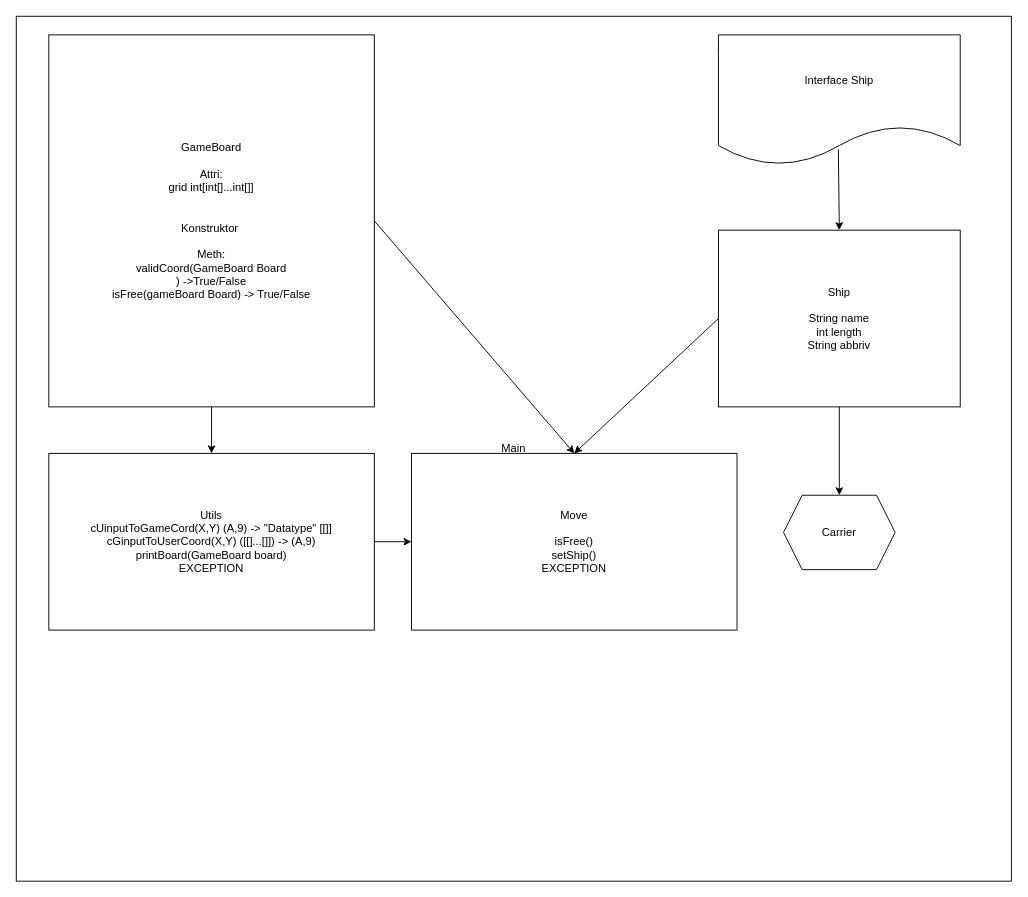
Before: SoftCon2020_Assignment_2/ClassdiagramBattleship.drawio in HuberNicolas/swc-group38, a draw.io diagram. Source tidied: cells renumbered, new cells numbered last; positions are measured from the earlier drawing's top-left corner, leaving out a move shared by most shapes. Both pictures are drawn from the tidied source at 93%, with x=0, y=0 at pixel (16, 16).
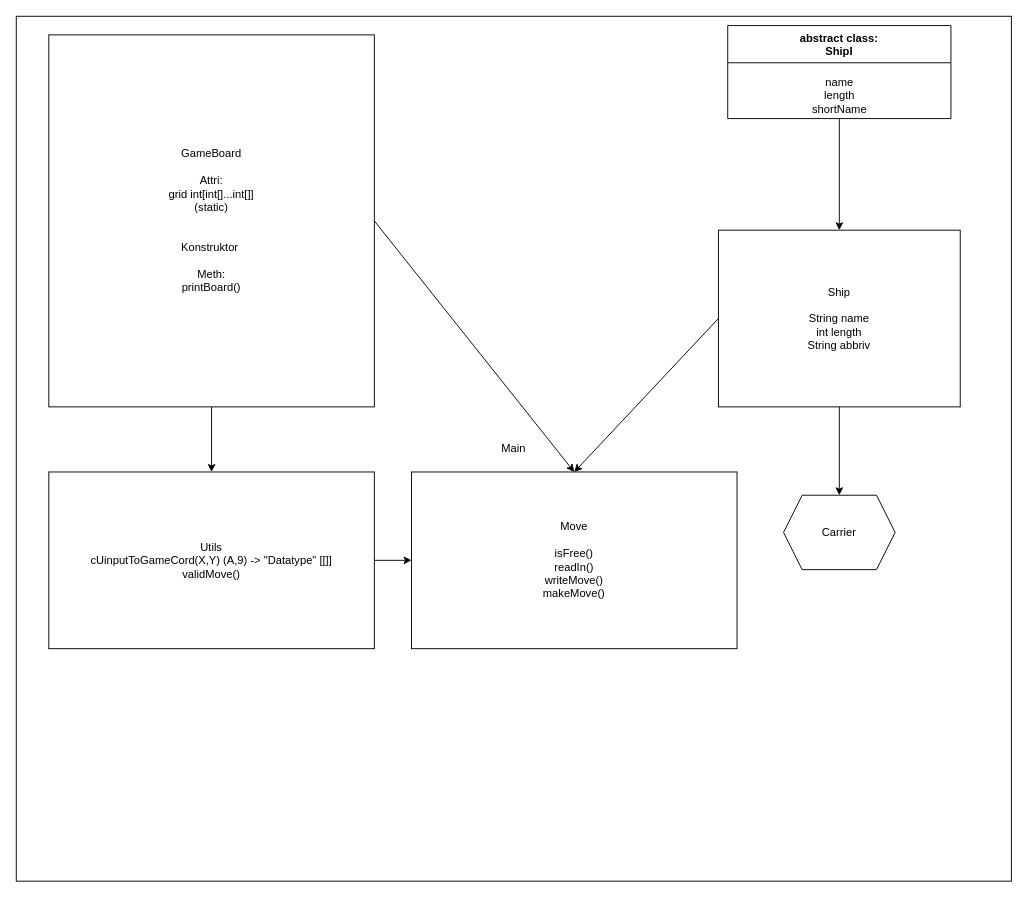
After the change.

Commit message (it also covers changes not shown here):
updated class diagram for ex1

Change to the diagram source:
```diff
@@
 <mxGraphModel>
   <root>
     <mxCell id="0" />
     <mxCell id="1" parent="0" />
     <mxCell id="2" value="Main" style="rounded=0;whiteSpace=wrap;html=1;" parent="1" vertex="1">
       <mxGeometry width="1070" height="930" as="geometry" />
     </mxCell>
-    <mxCell id="3" value="GameBoard&lt;br&gt;&lt;br&gt;Attri:&lt;br&gt;grid int[int[]...int[]]&lt;br&gt;&lt;br&gt;&lt;br&gt;Konstruktor&amp;nbsp;&lt;br&gt;&lt;br&gt;Meth:&lt;br&gt;validCoord(GameBoard Board&lt;br&gt;) -&amp;gt;True/False&lt;br&gt;isFree(gameBoard Board) -&amp;gt; True/False" style="rounded=0;whiteSpace=wrap;html=1;" parent="1" vertex="1">
+    <mxCell id="3" value="GameBoard&lt;br&gt;&lt;br&gt;Attri:&lt;br&gt;grid int[int[]...int[]]&lt;br&gt;(static)&lt;br&gt;&lt;br&gt;&lt;br&gt;Konstruktor&amp;nbsp;&lt;br&gt;&lt;br&gt;Meth:&lt;br&gt;printBoard()" style="rounded=0;whiteSpace=wrap;html=1;" parent="1" vertex="1">
       <mxGeometry x="35" y="20" width="350" height="400" as="geometry" />
     </mxCell>
     <mxCell id="4" value="Ship&lt;br&gt;&lt;br&gt;String name&lt;br&gt;int length&lt;br&gt;String abbriv" style="rounded=0;whiteSpace=wrap;html=1;" parent="1" vertex="1">
       <mxGeometry x="755" y="230" width="260" height="190" as="geometry" />
     </mxCell>
     <mxCell id="5" value="Carrier" style="shape=hexagon;perimeter=hexagonPerimeter2;whiteSpace=wrap;html=1;fixedSize=1;" parent="1" vertex="1">
       <mxGeometry x="825" y="515" width="120" height="80" as="geometry" />
     </mxCell>
     <mxCell id="6" style="endArrow=classic;html=1;exitX=0.5;exitY=1;exitDx=0;exitDy=0;entryX=0.5;entryY=0;entryDx=0;entryDy=0;" parent="1" edge="1" source="4" target="5">
       <mxGeometry relative="1" as="geometry" />
     </mxCell>
-    <mxCell id="7" value="Utils&lt;br&gt;cUinputToGameCord(X,Y) (A,9) -&amp;gt; &quot;Datatype&quot; [[]]&lt;br&gt;cGinputToUserCoord(X,Y) ([[]...[]]) -&amp;gt; (A,9)&lt;br&gt;printBoard(GameBoard board)&lt;br&gt;EXCEPTION" style="rounded=0;whiteSpace=wrap;html=1;" parent="1" vertex="1">
-      <mxGeometry x="35" y="470" width="350" height="190" as="geometry" />
+    <mxCell id="7" value="Utils&lt;br&gt;cUinputToGameCord(X,Y) (A,9) -&amp;gt; &quot;Datatype&quot; [[]]&lt;br&gt;validMove()&lt;br&gt;" style="rounded=0;whiteSpace=wrap;html=1;" parent="1" vertex="1">
+      <mxGeometry x="35" y="490" width="350" height="190" as="geometry" />
     </mxCell>
-    <mxCell id="8" value="Move&lt;br&gt;&lt;br&gt;isFree()&lt;br&gt;setShip()&lt;br&gt;EXCEPTION" style="rounded=0;whiteSpace=wrap;html=1;" parent="1" vertex="1">
-      <mxGeometry x="425" y="470" width="350" height="190" as="geometry" />
+    <mxCell id="8" value="Move&lt;br&gt;&lt;br&gt;isFree()&lt;br&gt;readIn()&lt;br&gt;writeMove()&lt;br&gt;makeMove()" style="rounded=0;whiteSpace=wrap;html=1;" parent="1" vertex="1">
+      <mxGeometry x="425" y="490" width="350" height="190" as="geometry" />
     </mxCell>
     <mxCell id="9" style="endArrow=classic;html=1;exitX=0.5;exitY=1;exitDx=0;exitDy=0;entryX=0.5;entryY=0;entryDx=0;entryDy=0;" parent="1" edge="1" source="3" target="7">
       <mxGeometry relative="1" as="geometry" />
     </mxCell>
-    <mxCell id="10" value="Interface Ship" style="shape=document;whiteSpace=wrap;html=1;boundedLbl=1;" parent="1" vertex="1">
-      <mxGeometry x="755" y="20" width="260" height="140" as="geometry" />
-    </mxCell>
-    <mxCell id="11" style="endArrow=classic;html=1;exitX=0.496;exitY=0.879;exitDx=0;exitDy=0;exitPerimeter=0;entryX=0.5;entryY=0;entryDx=0;entryDy=0;" parent="1" edge="1" source="10" target="4">
+    <mxCell id="11" style="endArrow=classic;html=1;exitX=0.5;exitY=1;exitDx=0;exitDy=0;entryX=0.5;entryY=0;entryDx=0;entryDy=0;" parent="1" edge="1" source="15" target="4">
       <mxGeometry relative="1" as="geometry" />
     </mxCell>
     <mxCell id="12" style="endArrow=classic;html=1;exitX=0;exitY=0.5;exitDx=0;exitDy=0;entryX=0.5;entryY=0;entryDx=0;entryDy=0;" parent="1" edge="1" source="4" target="8">
       <mxGeometry relative="1" as="geometry" />
     </mxCell>
     <mxCell id="13" style="endArrow=classic;html=1;exitX=1;exitY=0.5;exitDx=0;exitDy=0;entryX=0.5;entryY=0;entryDx=0;entryDy=0;" parent="1" edge="1" source="3" target="8">
       <mxGeometry relative="1" as="geometry" />
     </mxCell>
     <mxCell id="14" style="endArrow=classic;html=1;exitX=1;exitY=0.5;exitDx=0;exitDy=0;entryX=0;entryY=0.5;entryDx=0;entryDy=0;" parent="1" edge="1" source="7" target="8">
       <mxGeometry relative="1" as="geometry" />
     </mxCell>
+    <mxCell id="15" value="abstract class:&#10;ShipI" style="swimlane;startSize=40;" parent="1" vertex="1">
+      <mxGeometry x="765" y="10" width="240" height="100" as="geometry" />
+    </mxCell>
+    <mxCell id="16" value="name&lt;br&gt;length&lt;br&gt;shortName" style="text;html=1;align=center;verticalAlign=middle;" parent="1" vertex="1">
+      <mxGeometry x="850" y="60" width="70" height="50" as="geometry" />
+    </mxCell>
   </root>
 </mxGraphModel>
```
